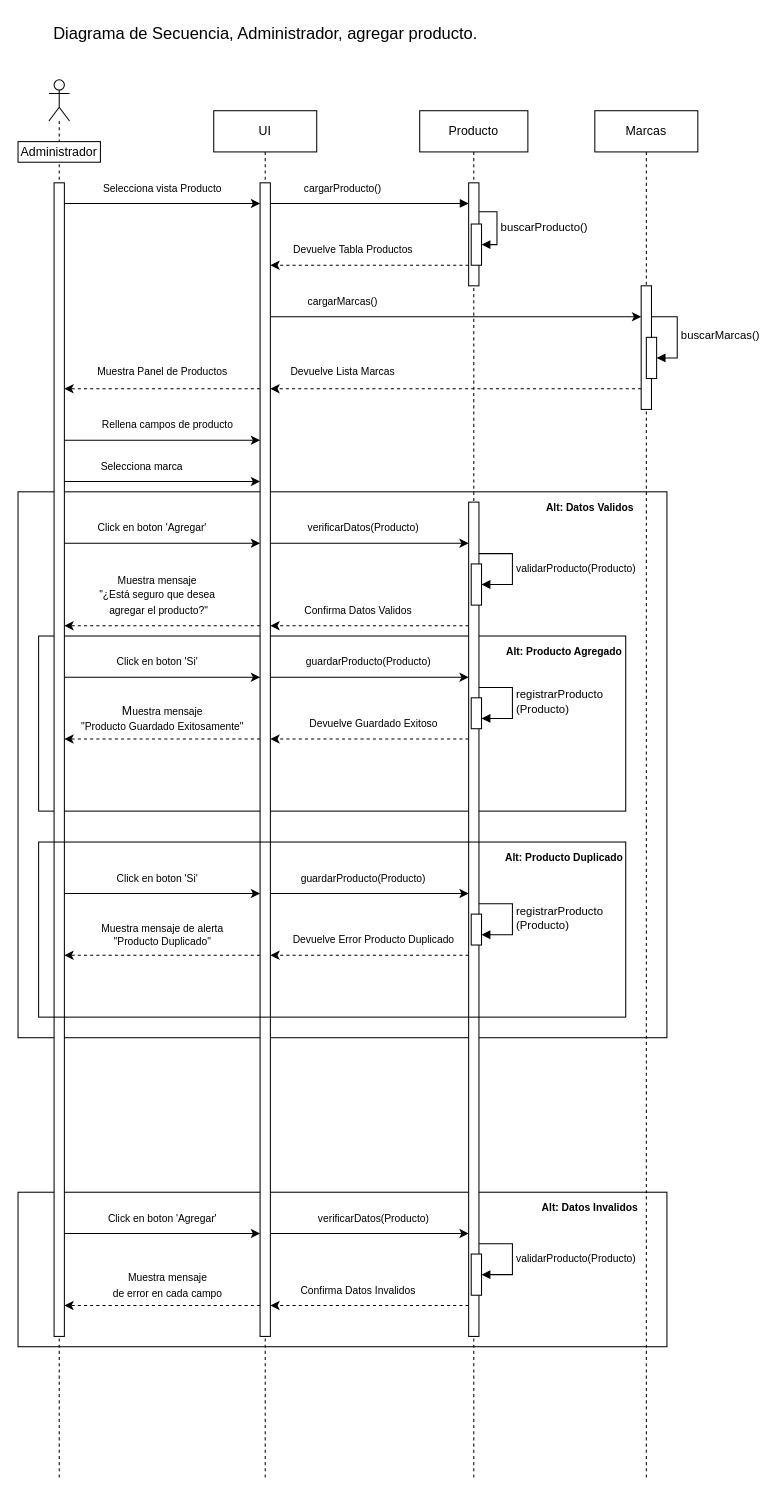
The draw.io diagram Documento/Diagrama/DiagramaSecuencia_AgregarProducto.drawio in gabrielcapay/TecnoPunta, before the edit. Source tidied: cells renumbered, new cells numbered last; positions are measured from the earlier drawing's top-left corner, leaving out a move shared by most shapes. Both pictures are drawn from the tidied source at 103%, with x=0, y=0 at pixel (18, 18).
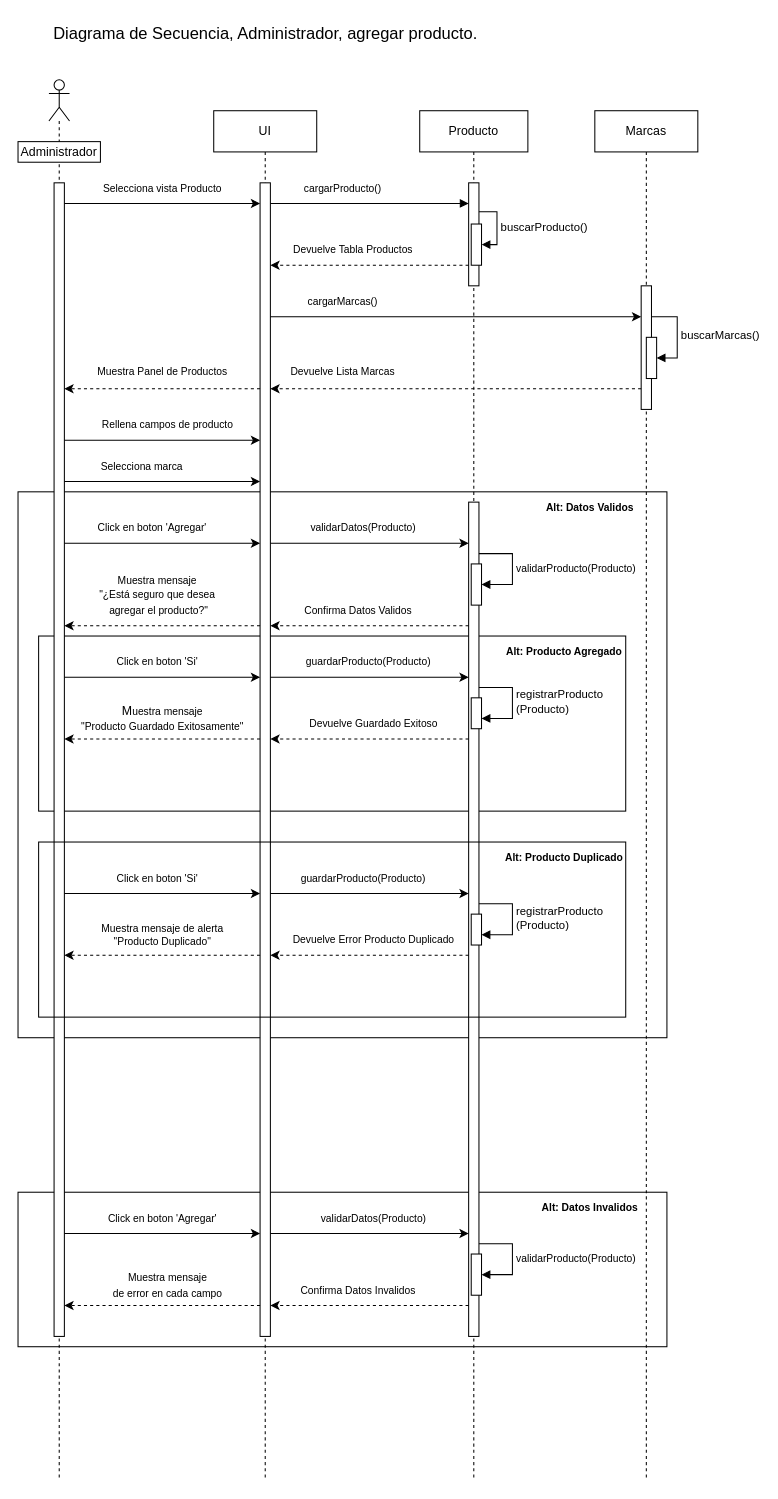
The same page after the edit.

Diff of the diagram source:
```diff
@@
-    <mxCell id="43" value="&lt;span style=&quot;font-size: 10px;&quot;&gt;verificarDatos(Producto)&lt;/span&gt;" style="text;html=1;align=center;verticalAlign=middle;strokeColor=none;fillColor=none;labelBackgroundColor=none;" parent="1" vertex="1">
+    <mxCell id="43" value="&lt;span style=&quot;font-size: 10px;&quot;&gt;validarDatos(Producto)&lt;/span&gt;" style="text;html=1;align=center;verticalAlign=middle;strokeColor=none;fillColor=none;labelBackgroundColor=none;" parent="1" vertex="1">
       <mxGeometry x="270" y="480" width="130" height="30" as="geometry" />
     </mxCell>
@@
-    <mxCell id="60" value="&lt;span style=&quot;font-size: 10px;&quot;&gt;verificarDatos(Producto)&lt;/span&gt;" style="text;html=1;align=center;verticalAlign=middle;strokeColor=none;fillColor=none;labelBackgroundColor=none;" parent="1" vertex="1">
+    <mxCell id="60" value="&lt;span style=&quot;font-size: 10px;&quot;&gt;validarDatos(Producto)&lt;/span&gt;" style="text;html=1;align=center;verticalAlign=middle;strokeColor=none;fillColor=none;labelBackgroundColor=none;" parent="1" vertex="1">
       <mxGeometry x="280" y="1150" width="130" height="30" as="geometry" />
     </mxCell>
```
